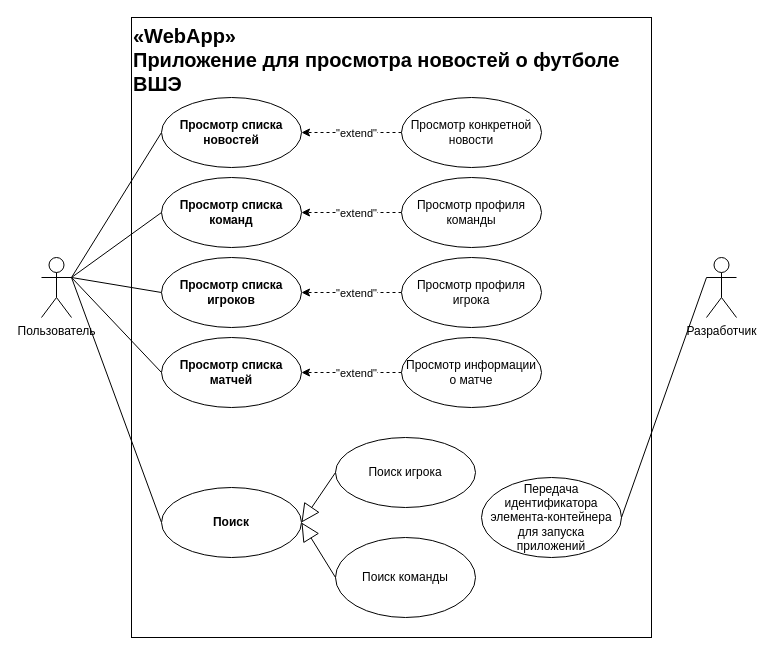
This is JS_HW1_Malanin.drawio from mal91r/JS_HW1, a draw.io file, before an edit. Source tidied: cells renumbered, new cells numbered last; positions are measured from the earlier drawing's top-left corner, leaving out a move shared by most shapes. Both pictures are drawn from the tidied source at 100%, with x=0, y=0 at pixel (41, 17).
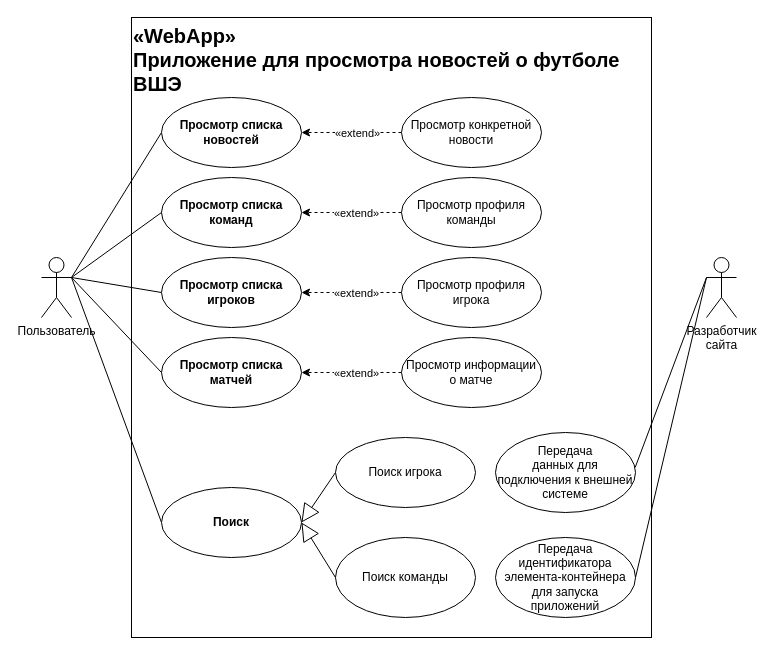
The same page after the edit.

Unchanged cells that the change refers to:
```xml
<mxCell id="19" style="edgeStyle=orthogonalEdgeStyle;rounded=0;jettySize=auto;html=1;dashed=1;strokeWidth=1;" parent="1" edge="1" source="21" target="8">
  <mxGeometry relative="1" as="geometry" />
</mxCell>
<mxCell id="22" style="edgeStyle=orthogonalEdgeStyle;rounded=0;jettySize=auto;html=1;dashed=1;strokeWidth=1;" parent="1" edge="1" source="24">
  <mxGeometry relative="1" as="geometry">
    <mxPoint x="260" y="195" as="targetPoint" />
  </mxGeometry>
</mxCell>
<mxCell id="25" style="edgeStyle=orthogonalEdgeStyle;rounded=0;jettySize=auto;html=1;dashed=1;strokeWidth=1;" parent="1" edge="1" source="27">
  <mxGeometry relative="1" as="geometry">
    <mxPoint x="260" y="275" as="targetPoint" />
  </mxGeometry>
</mxCell>
<mxCell id="29" style="edgeStyle=orthogonalEdgeStyle;rounded=0;jettySize=auto;html=1;dashed=1;strokeWidth=1;entryX=1;entryY=0.5;entryDx=0;entryDy=0;" parent="1" edge="1" source="31" target="28">
  <mxGeometry relative="1" as="geometry" />
</mxCell>
```

Diff of the diagram source:
```diff
@@
-    <mxCell id="4" value="Разработчик" style="shape=umlActor;verticalLabelPosition=bottom;verticalAlign=top;html=1;outlineConnect=0;" parent="1" vertex="1">
+    <mxCell id="4" value="Разработчик&lt;br&gt;сайта" style="shape=umlActor;verticalLabelPosition=bottom;verticalAlign=top;html=1;outlineConnect=0;" parent="1" vertex="1">
       <mxGeometry x="665" y="240" width="30" height="60" as="geometry" />
     </mxCell>
@@
     <mxCell id="11" value="&lt;div&gt;Передача&lt;/div&gt;&lt;div&gt;идентификатора&lt;/div&gt;&lt;div&gt;элемента-&lt;span style=&quot;background-color: initial;&quot;&gt;контейнера&lt;/span&gt;&lt;/div&gt;&lt;div&gt;&lt;span style=&quot;background-color: initial;&quot;&gt;для запуска&lt;/span&gt;&lt;/div&gt;&lt;div&gt;&lt;span style=&quot;background-color: initial;&quot;&gt;приложений&lt;/span&gt;&lt;/div&gt;" style="ellipse;whiteSpace=wrap;html=1;" parent="1" vertex="1">
-      <mxGeometry x="440" y="460" width="140" height="80" as="geometry" />
+      <mxGeometry x="454" y="520" width="140" height="80" as="geometry" />
     </mxCell>
@@
-    <mxCell id="20" value="&quot;extend&quot;" style="edgeLabel;html=1;align=center;verticalAlign=middle;" parent="19" vertex="1">
+    <mxCell id="20" value="«extend»" style="edgeLabel;html=1;align=center;verticalAlign=middle;" parent="19" vertex="1">
       <mxGeometry x="0.35" y="1" relative="1" as="geometry">
-        <mxPoint x="22" y="-1" as="offset" />
+        <mxPoint x="23" y="-1" as="offset" />
       </mxGeometry>
     </mxCell>
@@
-    <mxCell id="23" value="&quot;extend&quot;" style="edgeLabel;html=1;align=center;verticalAlign=middle;" parent="22" vertex="1">
+    <mxCell id="23" value="«extend»" style="edgeLabel;html=1;align=center;verticalAlign=middle;" parent="22" vertex="1">
       <mxGeometry x="0.35" y="1" relative="1" as="geometry">
         <mxPoint x="22" y="-1" as="offset" />
       </mxGeometry>
     </mxCell>
@@
-    <mxCell id="26" value="&quot;extend&quot;" style="edgeLabel;html=1;align=center;verticalAlign=middle;" parent="25" vertex="1">
+    <mxCell id="26" value="«extend»" style="edgeLabel;html=1;align=center;verticalAlign=middle;" parent="25" vertex="1">
       <mxGeometry x="0.35" y="1" relative="1" as="geometry">
         <mxPoint x="22" y="-1" as="offset" />
       </mxGeometry>
     </mxCell>
@@
-    <mxCell id="30" value="&quot;extend&quot;" style="edgeLabel;html=1;align=center;verticalAlign=middle;" parent="29" vertex="1">
+    <mxCell id="30" value="«extend»" style="edgeLabel;html=1;align=center;verticalAlign=middle;" parent="29" vertex="1">
       <mxGeometry x="0.35" y="1" relative="1" as="geometry">
         <mxPoint x="22" y="-1" as="offset" />
       </mxGeometry>
     </mxCell>
@@
+    <mxCell id="33" value="&lt;div&gt;Передача&lt;/div&gt;&lt;div&gt;данных для подключения к внешней системе&lt;/div&gt;" style="ellipse;whiteSpace=wrap;html=1;" parent="1" vertex="1">
+      <mxGeometry x="454" y="415" width="140" height="80" as="geometry" />
+    </mxCell>
+    <mxCell id="34" style="endArrow=none;html=1;rounded=0;entryX=0;entryY=0.3333333333333333;entryDx=0;entryDy=0;exitX=0.998;exitY=0.435;exitDx=0;exitDy=0;entryPerimeter=0;exitPerimeter=0;" parent="1" edge="1" source="33" target="4">
+      <mxGeometry relative="1" as="geometry" />
+    </mxCell>
```
